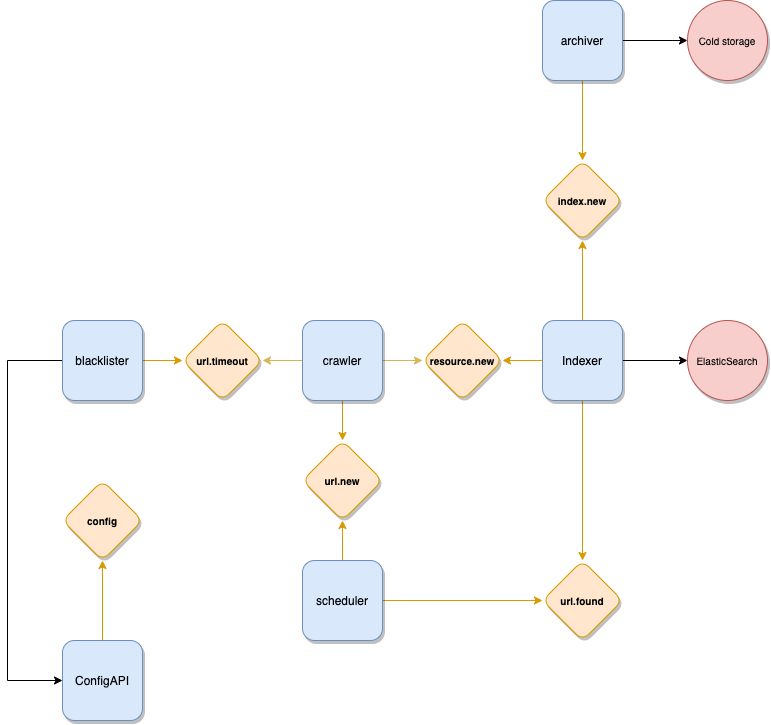
creekorful/bathyscaphe keeps this draw.io diagram as docs/architecture.png. Above is the earlier version. Source tidied: cells renumbered, new cells last; positions are measured from the earlier drawing's top-left corner, leaving out a move shared by most shapes. Its diagram source:
```xml
<mxGraphModel>
  <root>
    <mxCell id="0" />
    <mxCell id="1" parent="0" />
    <mxCell id="2" style="edgeStyle=orthogonalEdgeStyle;rounded=0;jettySize=auto;html=1;exitX=1;exitY=0.5;exitDx=0;exitDy=0;entryX=0;entryY=0.5;entryDx=0;entryDy=0;fontSize=10;fillColor=#fff2cc;strokeColor=#d6b656;" parent="1" edge="1" source="5" target="9">
      <mxGeometry relative="1" as="geometry" />
    </mxCell>
    <mxCell id="3" style="edgeStyle=orthogonalEdgeStyle;rounded=0;jettySize=auto;html=1;exitX=0;exitY=0.5;exitDx=0;exitDy=0;entryX=1;entryY=0.5;entryDx=0;entryDy=0;fontSize=10;fillColor=#fff2cc;strokeColor=#d6b656;" parent="1" edge="1" source="5" target="18">
      <mxGeometry relative="1" as="geometry" />
    </mxCell>
    <mxCell id="4" style="edgeStyle=orthogonalEdgeStyle;rounded=0;jettySize=auto;html=1;exitX=0.5;exitY=1;exitDx=0;exitDy=0;entryX=0.5;entryY=0;entryDx=0;entryDy=0;fontSize=10;fillColor=#ffe6cc;strokeColor=#d79b00;" parent="1" edge="1" source="5" target="10">
      <mxGeometry relative="1" as="geometry" />
    </mxCell>
    <mxCell id="5" value="crawler" style="whiteSpace=wrap;html=1;fillColor=#dae8fc;strokeColor=#6c8ebf;shadow=1;rounded=1;" parent="1" vertex="1">
      <mxGeometry x="295" y="320" width="80" height="80" as="geometry" />
    </mxCell>
    <mxCell id="6" style="edgeStyle=orthogonalEdgeStyle;rounded=0;jettySize=auto;html=1;exitX=1;exitY=0.5;exitDx=0;exitDy=0;entryX=0;entryY=0.5;entryDx=0;entryDy=0;fontSize=10;" parent="1" edge="1" source="8" target="17">
      <mxGeometry relative="1" as="geometry" />
    </mxCell>
    <mxCell id="7" style="edgeStyle=orthogonalEdgeStyle;rounded=0;jettySize=auto;html=1;exitX=0.5;exitY=1;exitDx=0;exitDy=0;entryX=0.5;entryY=0;entryDx=0;entryDy=0;fontSize=10;fillColor=#ffe6cc;strokeColor=#d79b00;" parent="1" edge="1" source="8" target="25">
      <mxGeometry relative="1" as="geometry" />
    </mxCell>
    <mxCell id="8" value="archiver" style="whiteSpace=wrap;html=1;fillColor=#dae8fc;strokeColor=#6c8ebf;shadow=1;rounded=1;" parent="1" vertex="1">
      <mxGeometry x="535" width="80" height="80" as="geometry" />
    </mxCell>
    <mxCell id="9" value="resource.new" style="rhombus;whiteSpace=wrap;html=1;rounded=1;shadow=1;fillColor=#ffe6cc;strokeColor=#d79b00;fontSize=10;fontStyle=1;" parent="1" vertex="1">
      <mxGeometry x="415" y="320" width="80" height="80" as="geometry" />
    </mxCell>
    <mxCell id="10" value="url.new" style="rhombus;whiteSpace=wrap;html=1;rounded=1;shadow=1;fillColor=#ffe6cc;strokeColor=#d79b00;fontSize=10;fontStyle=1;" parent="1" vertex="1">
      <mxGeometry x="295" y="440" width="80" height="80" as="geometry" />
    </mxCell>
    <mxCell id="11" style="edgeStyle=orthogonalEdgeStyle;rounded=0;jettySize=auto;html=1;exitX=1;exitY=0.5;exitDx=0;exitDy=0;entryX=0;entryY=0.5;entryDx=0;entryDy=0;fontSize=10;" parent="1" edge="1" source="15" target="16">
      <mxGeometry relative="1" as="geometry" />
    </mxCell>
    <mxCell id="12" style="edgeStyle=orthogonalEdgeStyle;rounded=0;jettySize=auto;html=1;exitX=0.5;exitY=0;exitDx=0;exitDy=0;entryX=0.5;entryY=1;entryDx=0;entryDy=0;fontSize=10;fillColor=#ffe6cc;strokeColor=#d79b00;" parent="1" edge="1" source="15" target="25">
      <mxGeometry relative="1" as="geometry" />
    </mxCell>
    <mxCell id="13" style="edgeStyle=orthogonalEdgeStyle;rounded=0;jettySize=auto;html=1;exitX=0;exitY=0.5;exitDx=0;exitDy=0;entryX=1;entryY=0.5;entryDx=0;entryDy=0;fontSize=10;fillColor=#ffe6cc;strokeColor=#d79b00;" parent="1" edge="1" source="15" target="9">
      <mxGeometry relative="1" as="geometry" />
    </mxCell>
    <mxCell id="14" style="edgeStyle=orthogonalEdgeStyle;rounded=0;jettySize=auto;html=1;exitX=0.5;exitY=1;exitDx=0;exitDy=0;entryX=0.5;entryY=0;entryDx=0;entryDy=0;fontSize=10;fillColor=#ffe6cc;strokeColor=#d79b00;" parent="1" edge="1" source="15" target="29">
      <mxGeometry relative="1" as="geometry" />
    </mxCell>
    <mxCell id="15" value="Indexer" style="whiteSpace=wrap;html=1;fillColor=#dae8fc;strokeColor=#6c8ebf;shadow=1;rounded=1;" parent="1" vertex="1">
      <mxGeometry x="535" y="320" width="80" height="80" as="geometry" />
    </mxCell>
    <mxCell id="16" value="ElasticSearch" style="ellipse;whiteSpace=wrap;html=1;rounded=1;shadow=1;fontSize=10;fillColor=#f8cecc;strokeColor=#b85450;" parent="1" vertex="1">
      <mxGeometry x="680" y="320" width="80" height="80" as="geometry" />
    </mxCell>
    <mxCell id="17" value="Cold storage" style="ellipse;whiteSpace=wrap;html=1;rounded=1;shadow=1;fontSize=10;fillColor=#f8cecc;strokeColor=#b85450;" parent="1" vertex="1">
      <mxGeometry x="680" width="80" height="80" as="geometry" />
    </mxCell>
    <mxCell id="18" value="url.timeout" style="rhombus;whiteSpace=wrap;html=1;rounded=1;shadow=1;fillColor=#ffe6cc;strokeColor=#d79b00;fontSize=10;fontStyle=1;" parent="1" vertex="1">
      <mxGeometry x="175" y="320" width="80" height="80" as="geometry" />
    </mxCell>
    <mxCell id="19" style="edgeStyle=orthogonalEdgeStyle;rounded=0;jettySize=auto;html=1;exitX=1;exitY=0.5;exitDx=0;exitDy=0;entryX=0;entryY=0.5;entryDx=0;entryDy=0;fontSize=10;fillColor=#ffe6cc;strokeColor=#d79b00;" parent="1" edge="1" source="21" target="18">
      <mxGeometry relative="1" as="geometry" />
    </mxCell>
    <mxCell id="20" style="edgeStyle=orthogonalEdgeStyle;rounded=0;jettySize=auto;html=1;exitX=0;exitY=0.5;exitDx=0;exitDy=0;entryX=0;entryY=0.5;entryDx=0;entryDy=0;fontSize=10;" parent="1" edge="1" source="21" target="23">
      <mxGeometry relative="1" as="geometry">
        <Array as="points">
          <mxPoint y="360" />
          <mxPoint y="680" />
        </Array>
      </mxGeometry>
    </mxCell>
    <mxCell id="21" value="blacklister" style="whiteSpace=wrap;html=1;fillColor=#dae8fc;strokeColor=#6c8ebf;shadow=1;rounded=1;" parent="1" vertex="1">
      <mxGeometry x="55" y="320" width="80" height="80" as="geometry" />
    </mxCell>
    <mxCell id="22" style="edgeStyle=orthogonalEdgeStyle;rounded=0;jettySize=auto;html=1;exitX=0.5;exitY=0;exitDx=0;exitDy=0;fontSize=10;fillColor=#ffe6cc;strokeColor=#d79b00;" parent="1" edge="1" source="23" target="24">
      <mxGeometry relative="1" as="geometry" />
    </mxCell>
    <mxCell id="23" value="ConfigAPI" style="whiteSpace=wrap;html=1;fillColor=#dae8fc;strokeColor=#6c8ebf;shadow=1;rounded=1;" parent="1" vertex="1">
      <mxGeometry x="55" y="640" width="80" height="80" as="geometry" />
    </mxCell>
    <mxCell id="24" value="config" style="rhombus;whiteSpace=wrap;html=1;rounded=1;shadow=1;fillColor=#ffe6cc;strokeColor=#d79b00;fontSize=10;fontStyle=1;" parent="1" vertex="1">
      <mxGeometry x="55" y="480" width="80" height="80" as="geometry" />
    </mxCell>
    <mxCell id="25" value="index.new" style="rhombus;whiteSpace=wrap;html=1;rounded=1;shadow=1;fillColor=#ffe6cc;strokeColor=#d79b00;fontSize=10;fontStyle=1;" parent="1" vertex="1">
      <mxGeometry x="535" y="160" width="80" height="80" as="geometry" />
    </mxCell>
    <mxCell id="26" style="edgeStyle=orthogonalEdgeStyle;rounded=0;jettySize=auto;html=1;exitX=0.5;exitY=0;exitDx=0;exitDy=0;entryX=0.5;entryY=1;entryDx=0;entryDy=0;fontSize=10;fillColor=#ffe6cc;strokeColor=#d79b00;" parent="1" edge="1" source="28" target="10">
      <mxGeometry relative="1" as="geometry" />
    </mxCell>
    <mxCell id="27" style="edgeStyle=orthogonalEdgeStyle;rounded=0;jettySize=auto;html=1;exitX=1;exitY=0.5;exitDx=0;exitDy=0;entryX=0;entryY=0.5;entryDx=0;entryDy=0;fontSize=10;fillColor=#ffe6cc;strokeColor=#d79b00;" parent="1" edge="1" source="28" target="29">
      <mxGeometry relative="1" as="geometry" />
    </mxCell>
    <mxCell id="28" value="scheduler" style="whiteSpace=wrap;html=1;fillColor=#dae8fc;strokeColor=#6c8ebf;shadow=1;rounded=1;" parent="1" vertex="1">
      <mxGeometry x="295" y="560" width="80" height="80" as="geometry" />
    </mxCell>
    <mxCell id="29" value="url.found" style="rhombus;whiteSpace=wrap;html=1;rounded=1;shadow=1;fillColor=#ffe6cc;strokeColor=#d79b00;fontSize=10;fontStyle=1;" parent="1" vertex="1">
      <mxGeometry x="535" y="560" width="80" height="80" as="geometry" />
    </mxCell>
  </root>
</mxGraphModel>
```
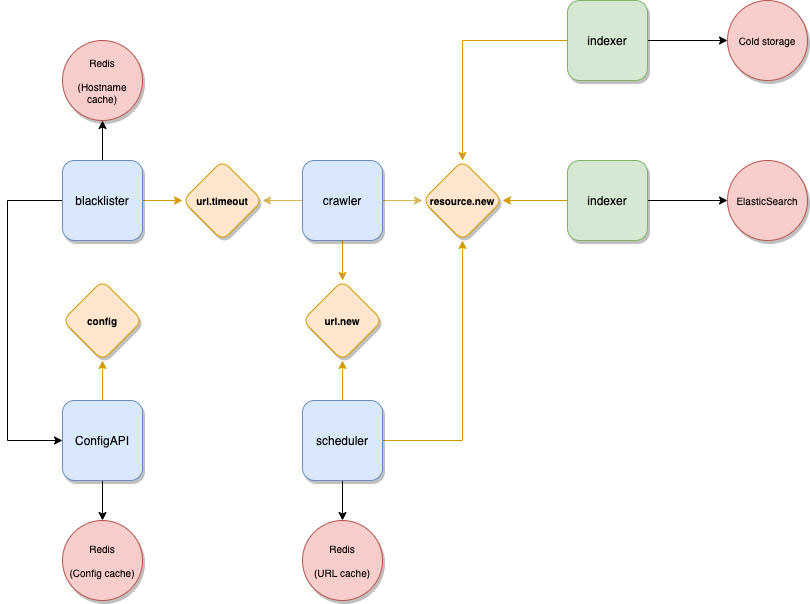
The same diagram one commit later.

The edit, as a diff of the source:
```diff
@@ -12,84 +12,90 @@
       <mxGeometry relative="1" as="geometry" />
     </mxCell>
     <mxCell id="5" value="crawler" style="whiteSpace=wrap;html=1;fillColor=#dae8fc;strokeColor=#6c8ebf;shadow=1;rounded=1;" parent="1" vertex="1">
-      <mxGeometry x="295" y="320" width="80" height="80" as="geometry" />
+      <mxGeometry x="295" y="120" width="80" height="80" as="geometry" />
     </mxCell>
     <mxCell id="6" style="edgeStyle=orthogonalEdgeStyle;rounded=0;jettySize=auto;html=1;exitX=1;exitY=0.5;exitDx=0;exitDy=0;entryX=0;entryY=0.5;entryDx=0;entryDy=0;fontSize=10;" parent="1" edge="1" source="8" target="17">
       <mxGeometry relative="1" as="geometry" />
     </mxCell>
-    <mxCell id="7" style="edgeStyle=orthogonalEdgeStyle;rounded=0;jettySize=auto;html=1;exitX=0.5;exitY=1;exitDx=0;exitDy=0;entryX=0.5;entryY=0;entryDx=0;entryDy=0;fontSize=10;fillColor=#ffe6cc;strokeColor=#d79b00;" parent="1" edge="1" source="8" target="25">
-      <mxGeometry relative="1" as="geometry" />
-    </mxCell>
+    <mxCell id="30" style="edgeStyle=orthogonalEdgeStyle;rounded=0;jettySize=auto;html=1;exitX=0;exitY=0.5;exitDx=0;exitDy=0;entryX=0.5;entryY=0;entryDx=0;entryDy=0;fillColor=#ffe6cc;strokeColor=#d79b00;" parent="1" edge="1" source="8" target="9">
+      <mxGeometry relative="1" as="geometry" />
+    </mxCell>
-    <mxCell id="8" value="archiver" style="whiteSpace=wrap;html=1;fillColor=#dae8fc;strokeColor=#6c8ebf;shadow=1;rounded=1;" parent="1" vertex="1">
-      <mxGeometry x="535" width="80" height="80" as="geometry" />
+    <mxCell id="8" value="indexer" style="whiteSpace=wrap;html=1;fillColor=#d5e8d4;strokeColor=#82b366;shadow=1;rounded=1;" parent="1" vertex="1">
+      <mxGeometry x="560" y="-40" width="80" height="80" as="geometry" />
     </mxCell>
     <mxCell id="9" value="resource.new" style="rhombus;whiteSpace=wrap;html=1;rounded=1;shadow=1;fillColor=#ffe6cc;strokeColor=#d79b00;fontSize=10;fontStyle=1;" parent="1" vertex="1">
-      <mxGeometry x="415" y="320" width="80" height="80" as="geometry" />
+      <mxGeometry x="415" y="120" width="80" height="80" as="geometry" />
     </mxCell>
     <mxCell id="10" value="url.new" style="rhombus;whiteSpace=wrap;html=1;rounded=1;shadow=1;fillColor=#ffe6cc;strokeColor=#d79b00;fontSize=10;fontStyle=1;" parent="1" vertex="1">
-      <mxGeometry x="295" y="440" width="80" height="80" as="geometry" />
+      <mxGeometry x="295" y="240" width="80" height="80" as="geometry" />
     </mxCell>
+    <mxCell id="13" style="edgeStyle=orthogonalEdgeStyle;rounded=0;jettySize=auto;html=1;exitX=0;exitY=0.5;exitDx=0;exitDy=0;entryX=1;entryY=0.5;entryDx=0;entryDy=0;fontSize=10;fillColor=#ffe6cc;strokeColor=#d79b00;" parent="1" edge="1" source="15" target="9">
+      <mxGeometry relative="1" as="geometry" />
+    </mxCell>
-    <mxCell id="11" style="edgeStyle=orthogonalEdgeStyle;rounded=0;jettySize=auto;html=1;exitX=1;exitY=0.5;exitDx=0;exitDy=0;entryX=0;entryY=0.5;entryDx=0;entryDy=0;fontSize=10;" parent="1" edge="1" source="15" target="16">
+    <mxCell id="11" style="edgeStyle=orthogonalEdgeStyle;rounded=0;jettySize=auto;html=1;exitX=1;exitY=0.5;exitDx=0;exitDy=0;entryX=0;entryY=0.5;entryDx=0;entryDy=0;" parent="1" edge="1" source="15" target="16">
       <mxGeometry relative="1" as="geometry" />
     </mxCell>
-    <mxCell id="12" style="edgeStyle=orthogonalEdgeStyle;rounded=0;jettySize=auto;html=1;exitX=0.5;exitY=0;exitDx=0;exitDy=0;entryX=0.5;entryY=1;entryDx=0;entryDy=0;fontSize=10;fillColor=#ffe6cc;strokeColor=#d79b00;" parent="1" edge="1" source="15" target="25">
-      <mxGeometry relative="1" as="geometry" />
-    </mxCell>
-    <mxCell id="13" style="edgeStyle=orthogonalEdgeStyle;rounded=0;jettySize=auto;html=1;exitX=0;exitY=0.5;exitDx=0;exitDy=0;entryX=1;entryY=0.5;entryDx=0;entryDy=0;fontSize=10;fillColor=#ffe6cc;strokeColor=#d79b00;" parent="1" edge="1" source="15" target="9">
-      <mxGeometry relative="1" as="geometry" />
-    </mxCell>
-    <mxCell id="14" style="edgeStyle=orthogonalEdgeStyle;rounded=0;jettySize=auto;html=1;exitX=0.5;exitY=1;exitDx=0;exitDy=0;entryX=0.5;entryY=0;entryDx=0;entryDy=0;fontSize=10;fillColor=#ffe6cc;strokeColor=#d79b00;" parent="1" edge="1" source="15" target="29">
-      <mxGeometry relative="1" as="geometry" />
-    </mxCell>
-    <mxCell id="15" value="Indexer" style="whiteSpace=wrap;html=1;fillColor=#dae8fc;strokeColor=#6c8ebf;shadow=1;rounded=1;" parent="1" vertex="1">
-      <mxGeometry x="535" y="320" width="80" height="80" as="geometry" />
+    <mxCell id="15" value="indexer" style="whiteSpace=wrap;html=1;fillColor=#d5e8d4;strokeColor=#82b366;shadow=1;rounded=1;" parent="1" vertex="1">
+      <mxGeometry x="560" y="120" width="80" height="80" as="geometry" />
     </mxCell>
     <mxCell id="16" value="ElasticSearch" style="ellipse;whiteSpace=wrap;html=1;rounded=1;shadow=1;fontSize=10;fillColor=#f8cecc;strokeColor=#b85450;" parent="1" vertex="1">
-      <mxGeometry x="680" y="320" width="80" height="80" as="geometry" />
+      <mxGeometry x="720" y="120" width="80" height="80" as="geometry" />
     </mxCell>
     <mxCell id="17" value="Cold storage" style="ellipse;whiteSpace=wrap;html=1;rounded=1;shadow=1;fontSize=10;fillColor=#f8cecc;strokeColor=#b85450;" parent="1" vertex="1">
-      <mxGeometry x="680" width="80" height="80" as="geometry" />
+      <mxGeometry x="720" y="-40" width="80" height="80" as="geometry" />
     </mxCell>
     <mxCell id="18" value="url.timeout" style="rhombus;whiteSpace=wrap;html=1;rounded=1;shadow=1;fillColor=#ffe6cc;strokeColor=#d79b00;fontSize=10;fontStyle=1;" parent="1" vertex="1">
-      <mxGeometry x="175" y="320" width="80" height="80" as="geometry" />
+      <mxGeometry x="175" y="120" width="80" height="80" as="geometry" />
     </mxCell>
     <mxCell id="19" style="edgeStyle=orthogonalEdgeStyle;rounded=0;jettySize=auto;html=1;exitX=1;exitY=0.5;exitDx=0;exitDy=0;entryX=0;entryY=0.5;entryDx=0;entryDy=0;fontSize=10;fillColor=#ffe6cc;strokeColor=#d79b00;" parent="1" edge="1" source="21" target="18">
       <mxGeometry relative="1" as="geometry" />
     </mxCell>
-    <mxCell id="20" style="edgeStyle=orthogonalEdgeStyle;rounded=0;jettySize=auto;html=1;exitX=0;exitY=0.5;exitDx=0;exitDy=0;entryX=0;entryY=0.5;entryDx=0;entryDy=0;fontSize=10;" parent="1" edge="1" source="21" target="23">
+    <mxCell id="20" style="edgeStyle=orthogonalEdgeStyle;rounded=0;jettySize=auto;html=1;exitX=0;exitY=0.5;exitDx=0;exitDy=0;entryX=0;entryY=0.5;entryDx=0;entryDy=0;" parent="1" edge="1" source="21" target="23">
       <mxGeometry relative="1" as="geometry">
         <Array as="points">
-          <mxPoint y="360" />
-          <mxPoint y="680" />
+          <mxPoint y="160" />
+          <mxPoint y="400" />
         </Array>
       </mxGeometry>
     </mxCell>
+    <mxCell id="31" style="edgeStyle=orthogonalEdgeStyle;rounded=0;jettySize=auto;html=1;exitX=0.5;exitY=0;exitDx=0;exitDy=0;entryX=0.5;entryY=1;entryDx=0;entryDy=0;" parent="1" edge="1" source="21" target="37">
+      <mxGeometry relative="1" as="geometry" />
+    </mxCell>
     <mxCell id="21" value="blacklister" style="whiteSpace=wrap;html=1;fillColor=#dae8fc;strokeColor=#6c8ebf;shadow=1;rounded=1;" parent="1" vertex="1">
-      <mxGeometry x="55" y="320" width="80" height="80" as="geometry" />
+      <mxGeometry x="55" y="120" width="80" height="80" as="geometry" />
     </mxCell>
     <mxCell id="22" style="edgeStyle=orthogonalEdgeStyle;rounded=0;jettySize=auto;html=1;exitX=0.5;exitY=0;exitDx=0;exitDy=0;fontSize=10;fillColor=#ffe6cc;strokeColor=#d79b00;" parent="1" edge="1" source="23" target="24">
       <mxGeometry relative="1" as="geometry" />
     </mxCell>
+    <mxCell id="32" style="edgeStyle=orthogonalEdgeStyle;rounded=0;jettySize=auto;html=1;exitX=0.5;exitY=1;exitDx=0;exitDy=0;entryX=0.5;entryY=0;entryDx=0;entryDy=0;" parent="1" edge="1" source="23" target="35">
+      <mxGeometry relative="1" as="geometry" />
+    </mxCell>
     <mxCell id="23" value="ConfigAPI" style="whiteSpace=wrap;html=1;fillColor=#dae8fc;strokeColor=#6c8ebf;shadow=1;rounded=1;" parent="1" vertex="1">
-      <mxGeometry x="55" y="640" width="80" height="80" as="geometry" />
+      <mxGeometry x="55" y="360" width="80" height="80" as="geometry" />
     </mxCell>
     <mxCell id="24" value="config" style="rhombus;whiteSpace=wrap;html=1;rounded=1;shadow=1;fillColor=#ffe6cc;strokeColor=#d79b00;fontSize=10;fontStyle=1;" parent="1" vertex="1">
-      <mxGeometry x="55" y="480" width="80" height="80" as="geometry" />
+      <mxGeometry x="55" y="240" width="80" height="80" as="geometry" />
     </mxCell>
-    <mxCell id="25" value="index.new" style="rhombus;whiteSpace=wrap;html=1;rounded=1;shadow=1;fillColor=#ffe6cc;strokeColor=#d79b00;fontSize=10;fontStyle=1;" parent="1" vertex="1">
-      <mxGeometry x="535" y="160" width="80" height="80" as="geometry" />
-    </mxCell>
     <mxCell id="26" style="edgeStyle=orthogonalEdgeStyle;rounded=0;jettySize=auto;html=1;exitX=0.5;exitY=0;exitDx=0;exitDy=0;entryX=0.5;entryY=1;entryDx=0;entryDy=0;fontSize=10;fillColor=#ffe6cc;strokeColor=#d79b00;" parent="1" edge="1" source="28" target="10">
       <mxGeometry relative="1" as="geometry" />
     </mxCell>
-    <mxCell id="27" style="edgeStyle=orthogonalEdgeStyle;rounded=0;jettySize=auto;html=1;exitX=1;exitY=0.5;exitDx=0;exitDy=0;entryX=0;entryY=0.5;entryDx=0;entryDy=0;fontSize=10;fillColor=#ffe6cc;strokeColor=#d79b00;" parent="1" edge="1" source="28" target="29">
-      <mxGeometry relative="1" as="geometry" />
-    </mxCell>
+    <mxCell id="33" style="edgeStyle=orthogonalEdgeStyle;rounded=0;jettySize=auto;html=1;exitX=1;exitY=0.5;exitDx=0;exitDy=0;entryX=0.5;entryY=1;entryDx=0;entryDy=0;fillColor=#ffe6cc;strokeColor=#d79b00;" parent="1" edge="1" source="28" target="9">
+      <mxGeometry relative="1" as="geometry" />
+    </mxCell>
+    <mxCell id="34" style="edgeStyle=orthogonalEdgeStyle;rounded=0;jettySize=auto;html=1;exitX=0.5;exitY=1;exitDx=0;exitDy=0;entryX=0.5;entryY=0;entryDx=0;entryDy=0;" parent="1" edge="1" source="28" target="36">
+      <mxGeometry relative="1" as="geometry" />
+    </mxCell>
     <mxCell id="28" value="scheduler" style="whiteSpace=wrap;html=1;fillColor=#dae8fc;strokeColor=#6c8ebf;shadow=1;rounded=1;" parent="1" vertex="1">
-      <mxGeometry x="295" y="560" width="80" height="80" as="geometry" />
+      <mxGeometry x="295" y="360" width="80" height="80" as="geometry" />
     </mxCell>
-    <mxCell id="29" value="url.found" style="rhombus;whiteSpace=wrap;html=1;rounded=1;shadow=1;fillColor=#ffe6cc;strokeColor=#d79b00;fontSize=10;fontStyle=1;" parent="1" vertex="1">
-      <mxGeometry x="535" y="560" width="80" height="80" as="geometry" />
-    </mxCell>
+    <mxCell id="35" value="Redis&lt;br&gt;&lt;br&gt;(Config cache)" style="ellipse;whiteSpace=wrap;html=1;rounded=1;shadow=1;fontSize=10;fillColor=#f8cecc;strokeColor=#b85450;" parent="1" vertex="1">
+      <mxGeometry x="55" y="480" width="80" height="80" as="geometry" />
+    </mxCell>
+    <mxCell id="36" value="Redis&lt;br&gt;&lt;br&gt;(URL cache)" style="ellipse;whiteSpace=wrap;html=1;rounded=1;shadow=1;fontSize=10;fillColor=#f8cecc;strokeColor=#b85450;" parent="1" vertex="1">
+      <mxGeometry x="295" y="480" width="80" height="80" as="geometry" />
+    </mxCell>
+    <mxCell id="37" value="Redis&lt;br&gt;&lt;br&gt;(Hostname cache)" style="ellipse;whiteSpace=wrap;html=1;rounded=1;shadow=1;fontSize=10;fillColor=#f8cecc;strokeColor=#b85450;" parent="1" vertex="1">
+      <mxGeometry x="55" width="80" height="80" as="geometry" />
+    </mxCell>
   </root>
 </mxGraphModel>
```
